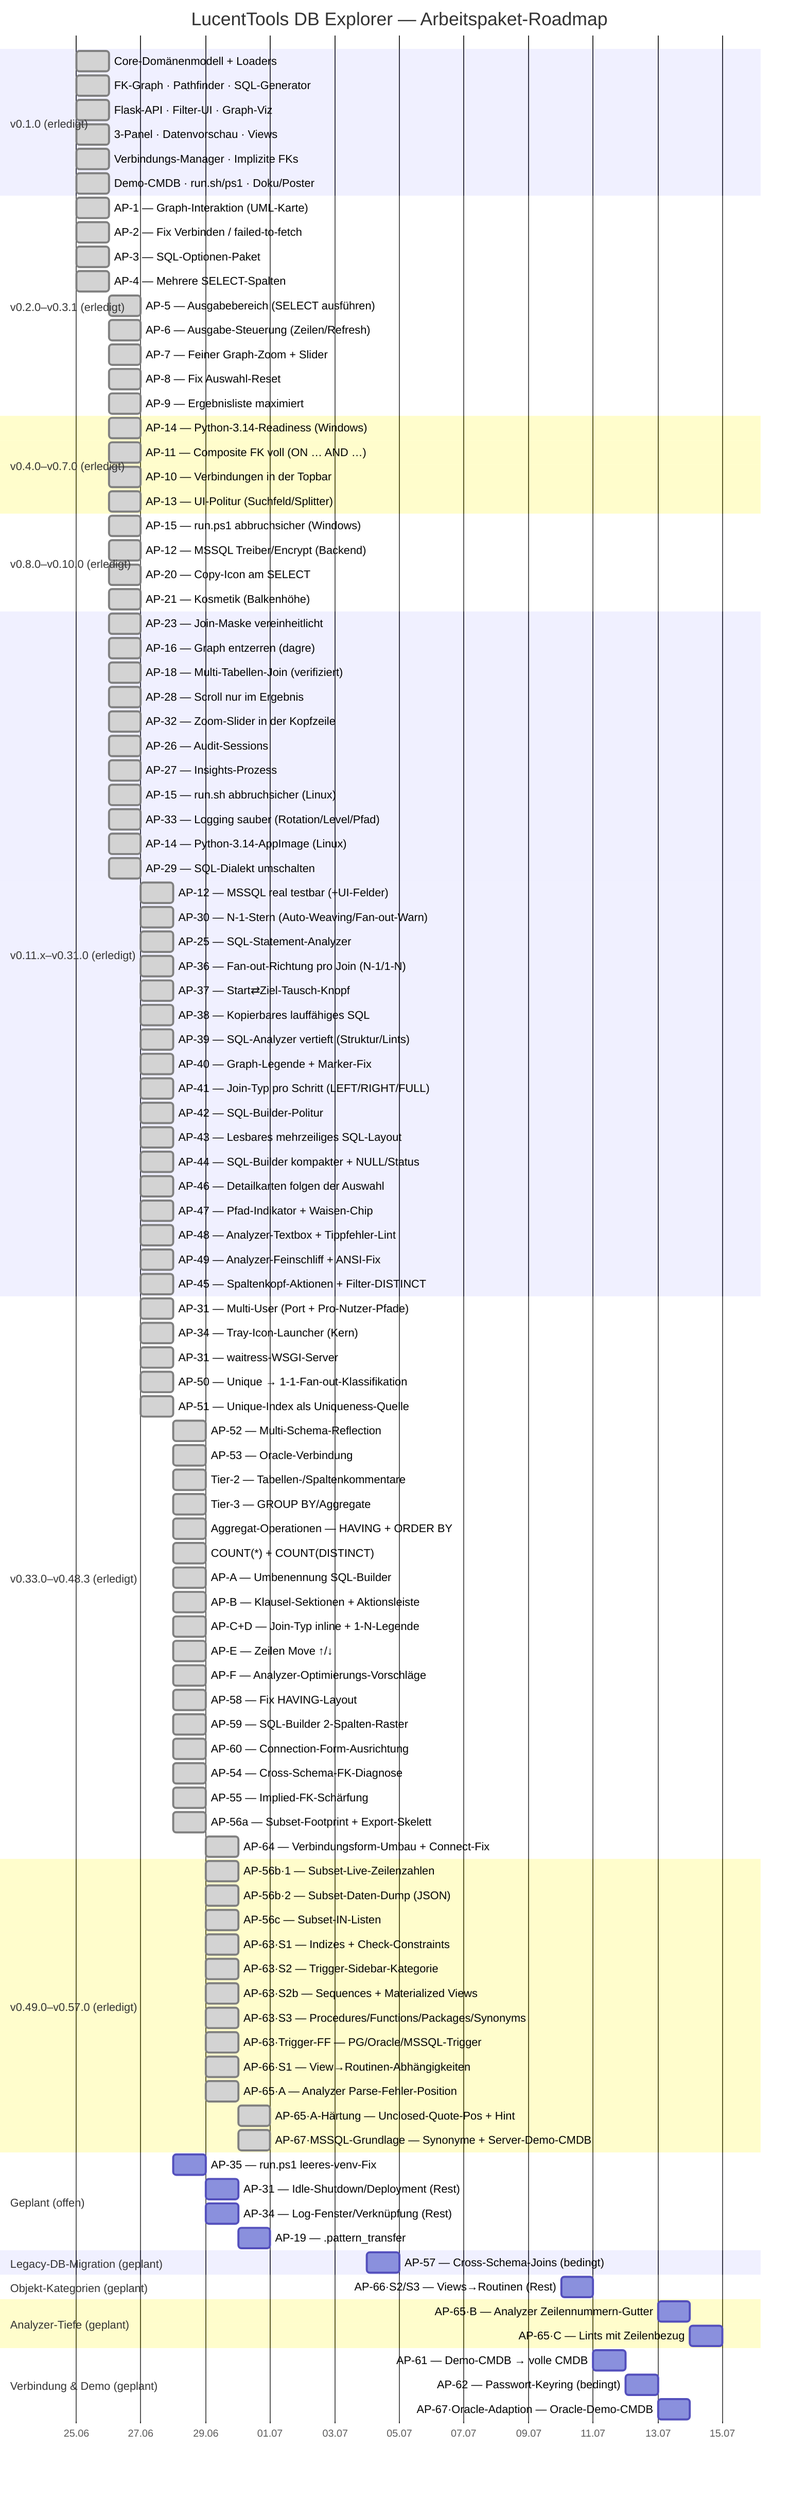
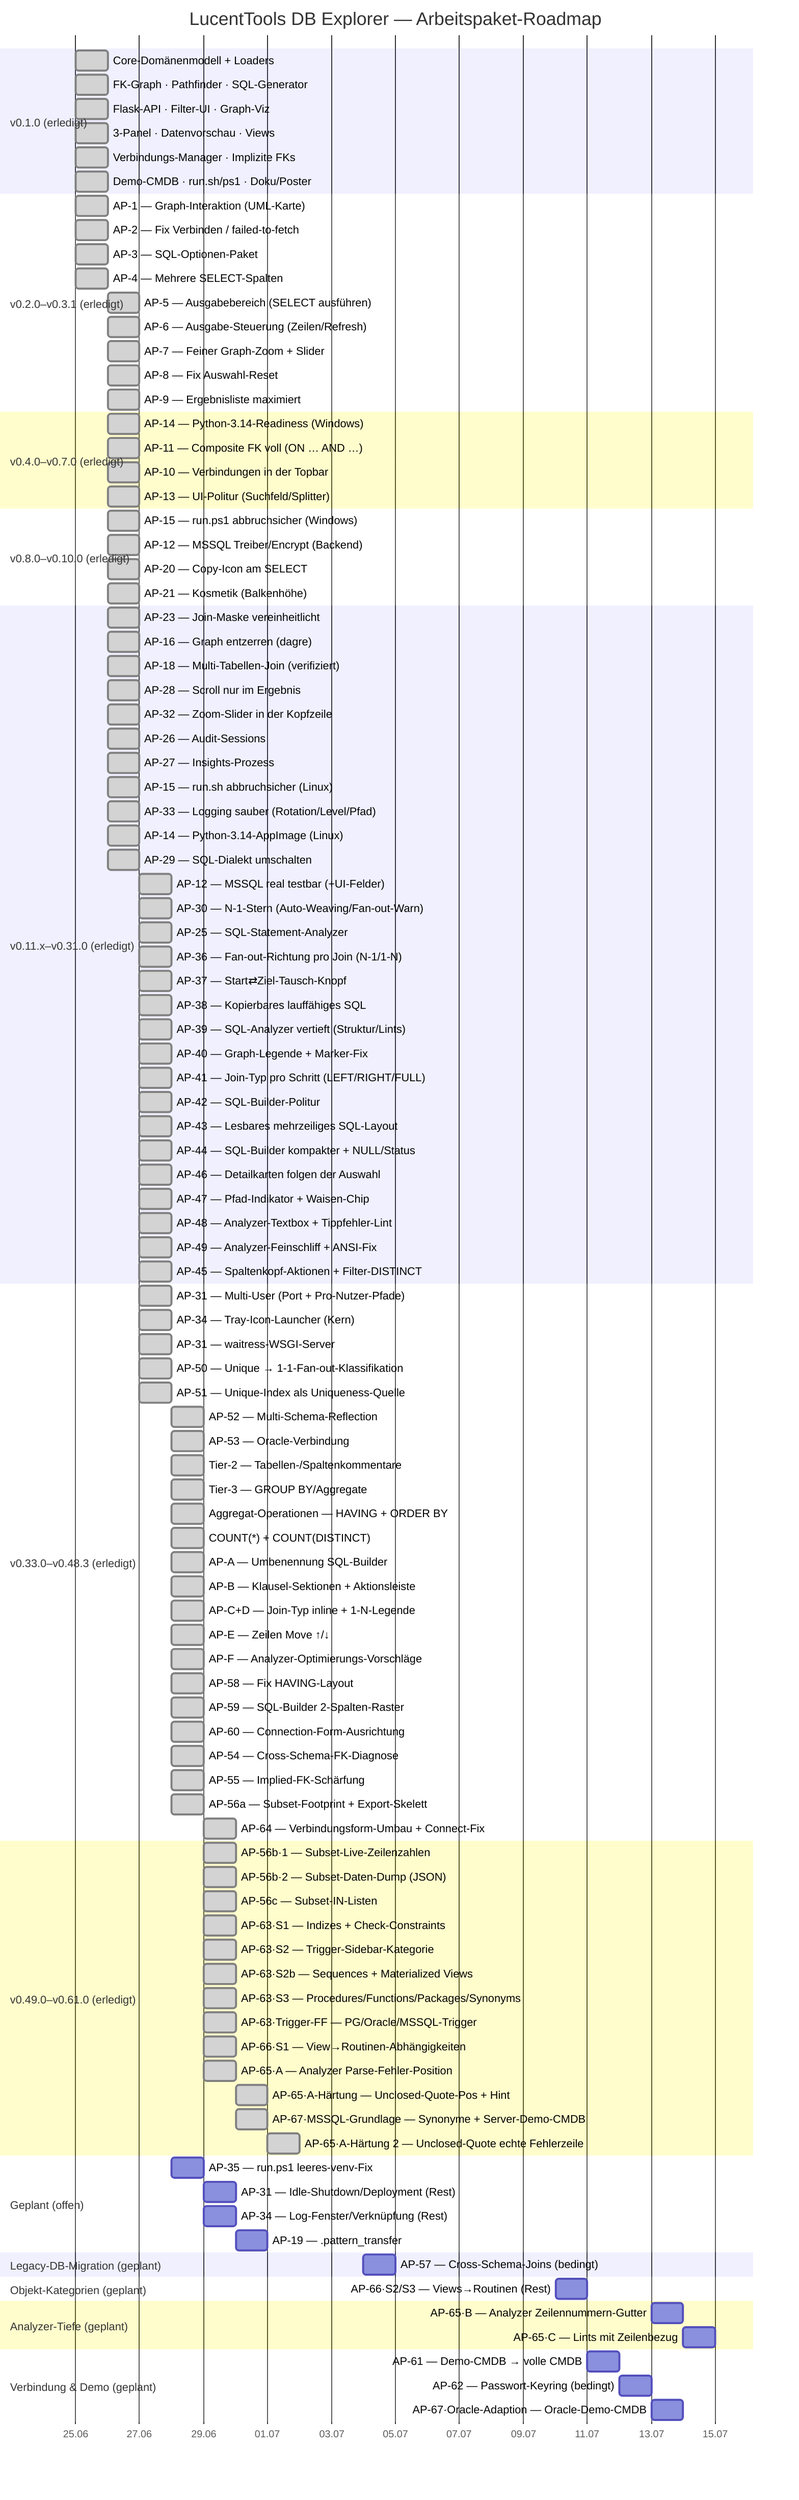
gantt
    title LucentTools DB Explorer — Arbeitspaket-Roadmap
    dateFormat  YYYY-MM-DD
    axisFormat  %d.%m

    section v0.1.0 (erledigt)
    Core-Domänenmodell + Loaders          :done, d1, 2026-06-25, 1d
    FK-Graph · Pathfinder · SQL-Generator :done, d2, 2026-06-25, 1d
    Flask-API · Filter-UI · Graph-Viz     :done, d3, 2026-06-25, 1d
    3-Panel · Datenvorschau · Views       :done, d4, 2026-06-25, 1d
    Verbindungs-Manager · Implizite FKs   :done, d5, 2026-06-25, 1d
    Demo-CMDB · run.sh/ps1 · Doku/Poster  :done, d6, 2026-06-25, 1d

    section v0.2.0–v0.3.1 (erledigt)
    AP-1 — Graph-Interaktion (UML-Karte)        :done, a1, 2026-06-25, 1d
    AP-2 — Fix Verbinden / failed-to-fetch      :done, a2, 2026-06-25, 1d
    AP-3 — SQL-Optionen-Paket                   :done, a3, 2026-06-25, 1d
    AP-4 — Mehrere SELECT-Spalten               :done, a4, 2026-06-25, 1d
    AP-5 — Ausgabebereich (SELECT ausführen)    :done, a5, 2026-06-26, 1d
    AP-6 — Ausgabe-Steuerung (Zeilen/Refresh)   :done, a6, 2026-06-26, 1d
    AP-7 — Feiner Graph-Zoom + Slider           :done, a7, 2026-06-26, 1d
    AP-8 — Fix Auswahl-Reset                    :done, a8, 2026-06-26, 1d
    AP-9 — Ergebnisliste maximiert              :done, a9, 2026-06-26, 1d

    section v0.4.0–v0.7.0 (erledigt)
    AP-14 — Python-3.14-Readiness (Windows)     :done, b1, 2026-06-26, 1d
    AP-11 — Composite FK voll (ON … AND …)      :done, b2, 2026-06-26, 1d
    AP-10 — Verbindungen in der Topbar          :done, b3, 2026-06-26, 1d
    AP-13 — UI-Politur (Suchfeld/Splitter)      :done, b4, 2026-06-26, 1d

    section v0.8.0–v0.10.0 (erledigt)
    AP-15 — run.ps1 abbruchsicher (Windows)     :done, c1, 2026-06-26, 1d
    AP-12 — MSSQL Treiber/Encrypt (Backend)     :done, c2, 2026-06-26, 1d
    AP-20 — Copy-Icon am SELECT                 :done, c3, 2026-06-26, 1d
    AP-21 — Kosmetik (Balkenhöhe)               :done, c4, 2026-06-26, 1d

    section v0.11.x–v0.31.0 (erledigt)
    AP-23 — Join-Maske vereinheitlicht          :done, e1, 2026-06-26, 1d
    AP-16 — Graph entzerren (dagre)             :done, e2, 2026-06-26, 1d
    AP-18 — Multi-Tabellen-Join (verifiziert)   :done, e3, 2026-06-26, 1d
    AP-28 — Scroll nur im Ergebnis              :done, e4, 2026-06-26, 1d
    AP-32 — Zoom-Slider in der Kopfzeile        :done, e5, 2026-06-26, 1d
    AP-26 — Audit-Sessions                      :done, e6, 2026-06-26, 1d
    AP-27 — Insights-Prozess                    :done, e7, 2026-06-26, 1d
    AP-15 — run.sh abbruchsicher (Linux)        :done, e8, 2026-06-26, 1d
    AP-33 — Logging sauber (Rotation/Level/Pfad) :done, e9, 2026-06-26, 1d
    AP-14 — Python-3.14-AppImage (Linux)         :done, e10, 2026-06-26, 1d
    AP-29 — SQL-Dialekt umschalten               :done, e11, 2026-06-26, 1d
    AP-12 — MSSQL real testbar (+UI-Felder)      :done, e12, 2026-06-27, 1d
    AP-30 — N-1-Stern (Auto-Weaving/Fan-out-Warn) :done, e13, 2026-06-27, 1d
    AP-25 — SQL-Statement-Analyzer               :done, e14, 2026-06-27, 1d
    AP-36 — Fan-out-Richtung pro Join (N-1/1-N)  :done, e15, 2026-06-27, 1d
    AP-37 — Start⇄Ziel-Tausch-Knopf              :done, e16, 2026-06-27, 1d
    AP-38 — Kopierbares lauffähiges SQL          :done, e17, 2026-06-27, 1d
    AP-39 — SQL-Analyzer vertieft (Struktur/Lints) :done, e18, 2026-06-27, 1d
    AP-40 — Graph-Legende + Marker-Fix           :done, e19, 2026-06-27, 1d
    AP-41 — Join-Typ pro Schritt (LEFT/RIGHT/FULL) :done, e20, 2026-06-27, 1d
    AP-42 — SQL-Builder-Politur                 :done, e21, 2026-06-27, 1d
    AP-43 — Lesbares mehrzeiliges SQL-Layout      :done, e22, 2026-06-27, 1d
    AP-44 — SQL-Builder kompakter + NULL/Status :done, e23, 2026-06-27, 1d
    AP-46 — Detailkarten folgen der Auswahl       :done, e24, 2026-06-27, 1d
    AP-47 — Pfad-Indikator + Waisen-Chip         :done, e25, 2026-06-27, 1d
    AP-48 — Analyzer-Textbox + Tippfehler-Lint   :done, e26, 2026-06-27, 1d
    AP-49 — Analyzer-Feinschliff + ANSI-Fix       :done, e27, 2026-06-27, 1d
    AP-45 — Spaltenkopf-Aktionen + Filter-DISTINCT :done, e28, 2026-06-27, 1d

    section v0.33.0–v0.48.3 (erledigt)
    AP-31 — Multi-User (Port + Pro-Nutzer-Pfade) :done, f1, 2026-06-27, 1d
    AP-34 — Tray-Icon-Launcher (Kern)            :done, f2, 2026-06-27, 1d
    AP-31 — waitress-WSGI-Server                 :done, f3, 2026-06-27, 1d
    AP-50 — Unique → 1-1-Fan-out-Klassifikation  :done, f4, 2026-06-27, 1d
    AP-51 — Unique-Index als Uniqueness-Quelle   :done, f5, 2026-06-27, 1d
    AP-52 — Multi-Schema-Reflection              :done, f6, 2026-06-28, 1d
    AP-53 — Oracle-Verbindung                    :done, f7, 2026-06-28, 1d
    Tier-2 — Tabellen-/Spaltenkommentare         :done, f8, 2026-06-28, 1d
    Tier-3 — GROUP BY/Aggregate                  :done, f9, 2026-06-28, 1d
    Aggregat-Operationen — HAVING + ORDER BY     :done, f10, 2026-06-28, 1d
    COUNT(*) + COUNT(DISTINCT)                   :done, f11, 2026-06-28, 1d
    AP-A — Umbenennung SQL-Builder               :done, f12, 2026-06-28, 1d
    AP-B — Klausel-Sektionen + Aktionsleiste     :done, f13, 2026-06-28, 1d
    AP-C+D — Join-Typ inline + 1-N-Legende       :done, f14, 2026-06-28, 1d
    AP-E — Zeilen Move ↑/↓                        :done, f15, 2026-06-28, 1d
    AP-F — Analyzer-Optimierungs-Vorschläge      :done, f16, 2026-06-28, 1d
    AP-58 — Fix HAVING-Layout                    :done, f17, 2026-06-28, 1d
    AP-59 — SQL-Builder 2-Spalten-Raster        :done, f18, 2026-06-28, 1d
    AP-60 — Connection-Form-Ausrichtung         :done, f19, 2026-06-28, 1d
    AP-54 — Cross-Schema-FK-Diagnose            :done, f20, 2026-06-28, 1d
    AP-55 — Implied-FK-Schärfung                :done, f21, 2026-06-28, 1d
    AP-56a — Subset-Footprint + Export-Skelett   :done, f22, 2026-06-28, 1d
    AP-64 — Verbindungsform-Umbau + Connect-Fix  :done, f23, 2026-06-29, 1d

-     section v0.49.0–v0.57.0 (erledigt)
+     section v0.49.0–v0.61.0 (erledigt)
    AP-56b·1 — Subset-Live-Zeilenzahlen         :done, f24, 2026-06-29, 1d
    AP-56b·2 — Subset-Daten-Dump (JSON)         :done, f25, 2026-06-29, 1d
    AP-56c — Subset-IN-Listen                   :done, f26, 2026-06-29, 1d
    AP-63·S1 — Indizes + Check-Constraints      :done, f27, 2026-06-29, 1d
    AP-63·S2 — Trigger-Sidebar-Kategorie        :done, f28, 2026-06-29, 1d
    AP-63·S2b — Sequences + Materialized Views  :done, f29, 2026-06-29, 1d
    AP-63·S3 — Procedures/Functions/Packages/Synonyms :done, f30, 2026-06-29, 1d
    AP-63·Trigger-FF — PG/Oracle/MSSQL-Trigger  :done, f31, 2026-06-29, 1d
    AP-66·S1 — View→Routinen-Abhängigkeiten     :done, f32, 2026-06-29, 1d
    AP-65·A — Analyzer Parse-Fehler-Position    :done, f33, 2026-06-29, 1d
    AP-65·A-Härtung — Unclosed-Quote-Pos + Hint :done, f34, 2026-06-30, 1d
    AP-67·MSSQL-Grundlage — Synonyme + Server-Demo-CMDB :done, f35, 2026-06-30, 1d
+     AP-65·A-Härtung 2 — Unclosed-Quote echte Fehlerzeile :done, f36, 2026-07-01, 1d

    section Geplant (offen)
    AP-35 — run.ps1 leeres-venv-Fix             :p3, 2026-06-28, 1d
    AP-31 — Idle-Shutdown/Deployment (Rest)     :p5, 2026-06-29, 1d
    AP-34 — Log-Fenster/Verknüpfung (Rest)      :p6, 2026-06-29, 1d
    AP-19 — .pattern_transfer                   :p11, 2026-06-30, 1d

    section Legacy-DB-Migration (geplant)
    AP-57 — Cross-Schema-Joins (bedingt)        :p23, 2026-07-04, 1d

    section Objekt-Kategorien (geplant)
    AP-66·S2/S3 — Views→Routinen (Rest)         :p33, 2026-07-10, 1d

    section Analyzer-Tiefe (geplant)
    AP-65·B — Analyzer Zeilennummern-Gutter     :p35, 2026-07-13, 1d
    AP-65·C — Lints mit Zeilenbezug             :p36, 2026-07-14, 1d

    section Verbindung & Demo (geplant)
    AP-61 — Demo-CMDB → volle CMDB              :p41, 2026-07-11, 1d
    AP-62 — Passwort-Keyring (bedingt)          :p42, 2026-07-12, 1d
    AP-67·Oracle-Adaption — Oracle-Demo-CMDB    :p43, 2026-07-13, 1d
